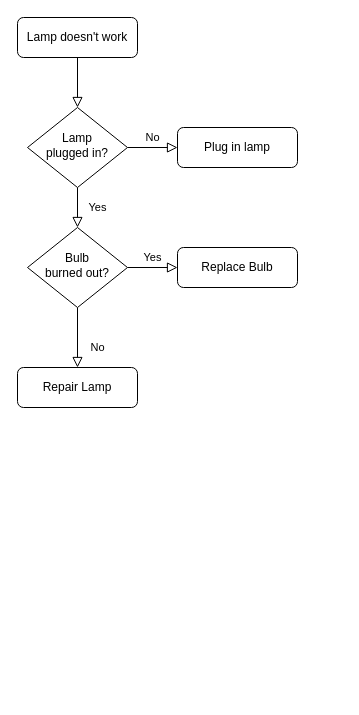
Before: 未命名绘图.drawio in hubu-516/ICQ-socket, a draw.io diagram. Source tidied: cells renumbered, new cells numbered last; positions are measured from the earlier drawing's top-left corner, leaving out a move shared by most shapes. Both pictures are drawn from the tidied source at 100%, with x=0, y=0 at pixel (17, 17).
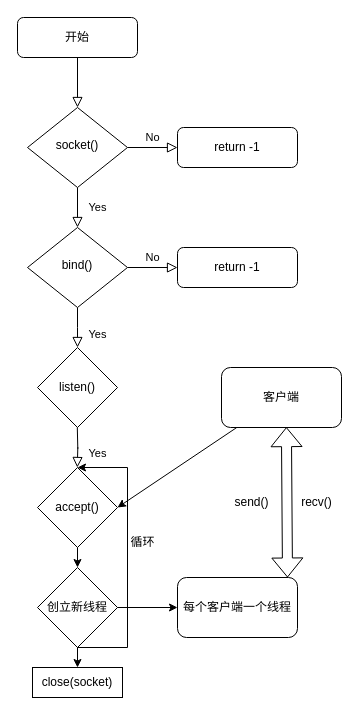
The same page after the edit.

Commit message:
更新未命名绘图.drawio

Change to the diagram source:
```diff
@@
-    <mxCell id="3" value="Lamp doesn't work" style="rounded=1;whiteSpace=wrap;html=1;fontSize=12;glass=0;strokeWidth=1;shadow=0;" parent="1" vertex="1">
+    <mxCell id="3" value="开始" style="rounded=1;whiteSpace=wrap;html=1;fontSize=12;glass=0;strokeWidth=1;shadow=0;" parent="1" vertex="1">
       <mxGeometry width="120" height="40" as="geometry" />
     </mxCell>
@@
-    <mxCell id="6" value="Lamp&lt;br&gt;plugged in?" style="rhombus;whiteSpace=wrap;html=1;shadow=0;fontFamily=Helvetica;fontSize=12;align=center;strokeWidth=1;spacing=6;spacingTop=-4;" parent="1" vertex="1">
+    <mxCell id="6" value="socket()" style="rhombus;whiteSpace=wrap;html=1;shadow=0;fontFamily=Helvetica;fontSize=12;align=center;strokeWidth=1;spacing=6;spacingTop=-4;" parent="1" vertex="1">
       <mxGeometry x="10" y="90" width="100" height="80" as="geometry" />
     </mxCell>
-    <mxCell id="7" value="Plug in lamp" style="rounded=1;whiteSpace=wrap;html=1;fontSize=12;glass=0;strokeWidth=1;shadow=0;" parent="1" vertex="1">
+    <mxCell id="7" value="return -1" style="rounded=1;whiteSpace=wrap;html=1;fontSize=12;glass=0;strokeWidth=1;shadow=0;" parent="1" vertex="1">
       <mxGeometry x="160" y="110" width="120" height="40" as="geometry" />
     </mxCell>
-    <mxCell id="8" value="No" style="rounded=0;html=1;jettySize=auto;fontSize=11;endArrow=block;endFill=0;endSize=8;strokeWidth=1;shadow=0;labelBackgroundColor=none;edgeStyle=orthogonalEdgeStyle;" parent="1" edge="1" source="10" target="11">
-      <mxGeometry x="0.33" y="20" relative="1" as="geometry" />
+    <mxCell id="8" value="Yes" style="rounded=0;html=1;jettySize=auto;fontSize=11;endArrow=block;endFill=0;endSize=8;strokeWidth=1;shadow=0;labelBackgroundColor=none;edgeStyle=orthogonalEdgeStyle;" parent="1" edge="1" source="10">
+      <mxGeometry x="0.33" y="20" relative="1" as="geometry">
+        <mxPoint x="60" y="330" as="targetPoint" />
+      </mxGeometry>
     </mxCell>
-    <mxCell id="9" value="Yes" style="edgeStyle=orthogonalEdgeStyle;rounded=0;html=1;jettySize=auto;fontSize=11;endArrow=block;endFill=0;endSize=8;strokeWidth=1;shadow=0;labelBackgroundColor=none;" parent="1" edge="1" source="10" target="12">
+    <mxCell id="9" value="No" style="edgeStyle=orthogonalEdgeStyle;rounded=0;html=1;jettySize=auto;fontSize=11;endArrow=block;endFill=0;endSize=8;strokeWidth=1;shadow=0;labelBackgroundColor=none;" parent="1" edge="1" source="10" target="12">
       <mxGeometry y="10" relative="1" as="geometry" />
     </mxCell>
-    <mxCell id="10" value="Bulb&lt;br&gt;burned out?" style="rhombus;whiteSpace=wrap;html=1;shadow=0;fontFamily=Helvetica;fontSize=12;align=center;strokeWidth=1;spacing=6;spacingTop=-4;" parent="1" vertex="1">
+    <mxCell id="10" value="bind()" style="rhombus;whiteSpace=wrap;html=1;shadow=0;fontFamily=Helvetica;fontSize=12;align=center;strokeWidth=1;spacing=6;spacingTop=-4;" parent="1" vertex="1">
       <mxGeometry x="10" y="210" width="100" height="80" as="geometry" />
     </mxCell>
-    <mxCell id="11" value="Repair Lamp" style="rounded=1;whiteSpace=wrap;html=1;fontSize=12;glass=0;strokeWidth=1;shadow=0;" parent="1" vertex="1">
-      <mxGeometry y="350" width="120" height="40" as="geometry" />
-    </mxCell>
-    <mxCell id="12" value="Replace Bulb" style="rounded=1;whiteSpace=wrap;html=1;fontSize=12;glass=0;strokeWidth=1;shadow=0;" parent="1" vertex="1">
+    <mxCell id="12" value="return -1" style="rounded=1;whiteSpace=wrap;html=1;fontSize=12;glass=0;strokeWidth=1;shadow=0;" parent="1" vertex="1">
       <mxGeometry x="160" y="230" width="120" height="40" as="geometry" />
     </mxCell>
+    <mxCell id="13" value="listen()" style="rhombus;whiteSpace=wrap;html=1;" parent="1" vertex="1">
+      <mxGeometry x="20" y="330" width="80" height="80" as="geometry" />
+    </mxCell>
+    <mxCell id="14" value="Yes" style="rounded=0;html=1;jettySize=auto;orthogonalLoop=1;fontSize=11;endArrow=block;endFill=0;endSize=8;strokeWidth=1;shadow=0;labelBackgroundColor=none;edgeStyle=orthogonalEdgeStyle;" parent="1" edge="1">
+      <mxGeometry x="0.33" y="20" relative="1" as="geometry">
+        <mxPoint x="59.8" y="410" as="sourcePoint" />
+        <mxPoint x="59.8" y="450" as="targetPoint" />
+      </mxGeometry>
+    </mxCell>
+    <mxCell id="15" value="accept()" style="rhombus;whiteSpace=wrap;html=1;" parent="1" vertex="1">
+      <mxGeometry x="20" y="450" width="80" height="80" as="geometry" />
+    </mxCell>
+    <mxCell id="16" value="客户端" style="rounded=1;whiteSpace=wrap;html=1;" parent="1" vertex="1">
+      <mxGeometry x="204" y="350" width="120" height="60" as="geometry" />
+    </mxCell>
+    <mxCell id="17" style="endArrow=classic;html=1;rounded=0;entryX=1;entryY=0.5;entryDx=0;entryDy=0;" parent="1" edge="1" source="16" target="15">
+      <mxGeometry relative="1" as="geometry" />
+    </mxCell>
+    <mxCell id="18" style="endArrow=classic;html=1;rounded=0;exitX=0.5;exitY=1;exitDx=0;exitDy=0;" parent="1" edge="1" source="15" target="19">
+      <mxGeometry relative="1" as="geometry" />
+    </mxCell>
+    <mxCell id="19" value="创立新线程" style="rhombus;whiteSpace=wrap;html=1;" parent="1" vertex="1">
+      <mxGeometry x="20" y="550" width="80" height="80" as="geometry" />
+    </mxCell>
+    <mxCell id="20" style="endArrow=classic;html=1;rounded=0;exitX=1;exitY=0.5;exitDx=0;exitDy=0;" parent="1" edge="1" source="19">
+      <mxGeometry relative="1" as="geometry">
+        <mxPoint x="160" y="590" as="targetPoint" />
+      </mxGeometry>
+    </mxCell>
+    <mxCell id="21" value="每个客户端一个线程" style="rounded=1;whiteSpace=wrap;html=1;" parent="1" vertex="1">
+      <mxGeometry x="160" y="560" width="120" height="60" as="geometry" />
+    </mxCell>
+    <mxCell id="22" style="shape=flexArrow;endArrow=classic;startArrow=classic;html=1;rounded=0;entryX=0.541;entryY=0.994;entryDx=0;entryDy=0;entryPerimeter=0;" parent="1" edge="1" target="16">
+      <mxGeometry relative="1" as="geometry">
+        <mxPoint x="270" y="560" as="sourcePoint" />
+      </mxGeometry>
+    </mxCell>
+    <mxCell id="23" value="send()" style="text;html=1;align=center;verticalAlign=middle;strokeColor=none;fillColor=none;" parent="1" vertex="1">
+      <mxGeometry x="204" y="470" width="60" height="30" as="geometry" />
+    </mxCell>
+    <mxCell id="24" value="recv()" style="text;html=1;align=center;verticalAlign=middle;strokeColor=none;fillColor=none;" parent="1" vertex="1">
+      <mxGeometry x="274" y="470" width="50" height="30" as="geometry" />
+    </mxCell>
+    <mxCell id="25" style="endArrow=classic;html=1;rounded=0;entryX=0.5;entryY=0;entryDx=0;entryDy=0;exitX=0.5;exitY=1;exitDx=0;exitDy=0;" parent="1" edge="1" source="19" target="15">
+      <mxGeometry relative="1" as="geometry">
+        <Array as="points">
+          <mxPoint x="110" y="630" />
+          <mxPoint x="110" y="450" />
+        </Array>
+      </mxGeometry>
+    </mxCell>
+    <mxCell id="26" value="循环" style="text;html=1;align=center;verticalAlign=middle;strokeColor=none;fillColor=none;" parent="1" vertex="1">
+      <mxGeometry x="100" y="510" width="50" height="30" as="geometry" />
+    </mxCell>
+    <mxCell id="27" style="endArrow=classic;html=1;rounded=0;exitX=0.5;exitY=1;exitDx=0;exitDy=0;" parent="1" edge="1" source="19" target="28">
+      <mxGeometry relative="1" as="geometry" />
+    </mxCell>
+    <mxCell id="28" value="close(socket)" style="rounded=0;whiteSpace=wrap;html=1;" parent="1" vertex="1">
+      <mxGeometry x="15" y="650" width="90" height="30" as="geometry" />
+    </mxCell>
```
